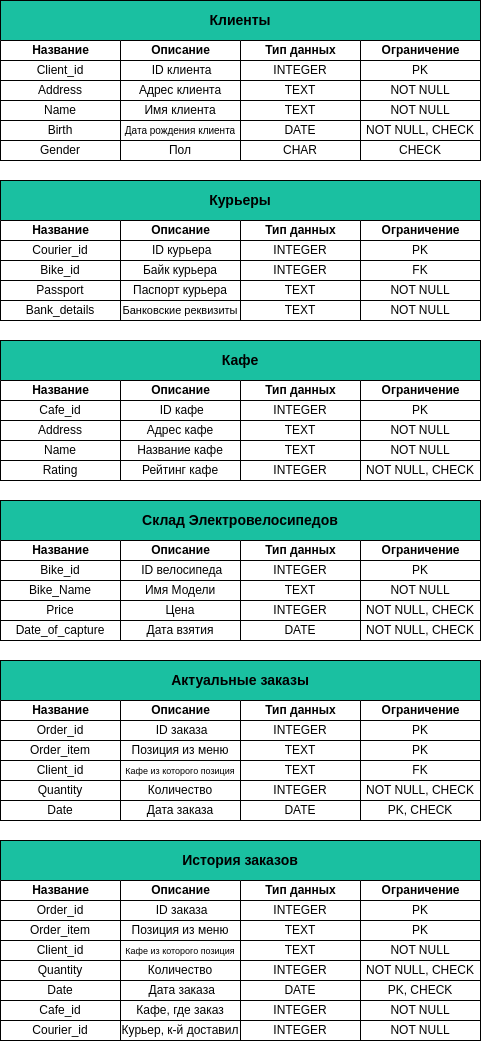
Before: Delivery_DB_Project/docs/Physic_Model.png, a diagram exported from draw.io (fl4cko11/Data_Bases_MIPT). Source tidied: cells renumbered, new cells last; positions are measured from the earlier drawing's top-left corner, leaving out a move shared by most shapes.
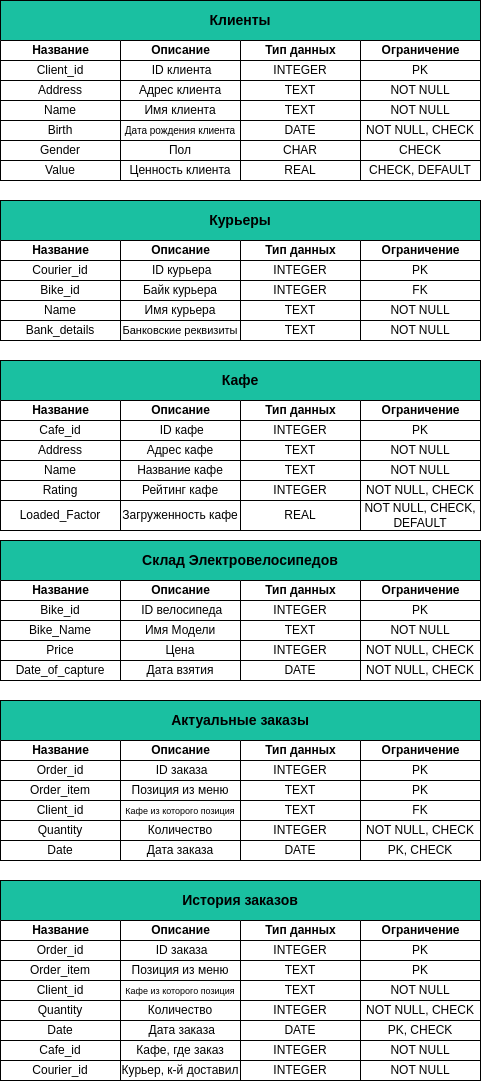
Above is the later version.

Commit message:
correct phys model

What changed in the source:
```diff
@@ -3,7 +3,7 @@
     <mxCell id="0" />
     <mxCell id="1" parent="0" />
     <mxCell id="2" value="Ограничение" style="swimlane;startSize=20;html=1;" parent="1" vertex="1">
-      <mxGeometry x="360" y="40" width="120" height="120" as="geometry" />
+      <mxGeometry x="360" width="120" height="120" as="geometry" />
     </mxCell>
     <mxCell id="3" value="PK" style="html=1;whiteSpace=wrap;" parent="2" vertex="1">
       <mxGeometry y="20" width="120" height="20" as="geometry" />
@@ -21,10 +21,10 @@
       <mxGeometry y="100" width="120" height="20" as="geometry" />
     </mxCell>
     <mxCell id="8" value="&lt;b&gt;&lt;font style=&quot;font-size: 14px;&quot;&gt;Клиенты&lt;/font&gt;&lt;/b&gt;" style="html=1;whiteSpace=wrap;fillColor=#1AC0A1;" parent="1" vertex="1">
-      <mxGeometry width="480" height="40" as="geometry" />
+      <mxGeometry y="-40" width="480" height="40" as="geometry" />
     </mxCell>
     <mxCell id="9" value="Описание" style="swimlane;startSize=20;html=1;" parent="1" vertex="1">
-      <mxGeometry x="120" y="40" width="120" height="120" as="geometry" />
+      <mxGeometry x="120" width="120" height="120" as="geometry" />
     </mxCell>
     <mxCell id="10" value="&amp;nbsp;ID клиента" style="html=1;whiteSpace=wrap;" parent="9" vertex="1">
       <mxGeometry y="20" width="120" height="20" as="geometry" />
@@ -42,7 +42,7 @@
       <mxGeometry y="100" width="120" height="20" as="geometry" />
     </mxCell>
     <mxCell id="15" value="Тип данных" style="swimlane;startSize=20;html=1;" parent="1" vertex="1">
-      <mxGeometry x="240" y="40" width="120" height="120" as="geometry" />
+      <mxGeometry x="240" width="120" height="120" as="geometry" />
     </mxCell>
     <mxCell id="16" value="INTEGER" style="html=1;whiteSpace=wrap;" parent="15" vertex="1">
       <mxGeometry y="20" width="120" height="20" as="geometry" />
@@ -60,7 +60,7 @@
       <mxGeometry y="100" width="120" height="20" as="geometry" />
     </mxCell>
     <mxCell id="21" value="Название" style="swimlane;startSize=20;html=1;" parent="1" vertex="1">
-      <mxGeometry y="40" width="120" height="120" as="geometry" />
+      <mxGeometry width="120" height="120" as="geometry" />
     </mxCell>
     <mxCell id="22" value="Client_id" style="html=1;whiteSpace=wrap;" parent="21" vertex="1">
       <mxGeometry y="20" width="120" height="20" as="geometry" />
@@ -78,7 +78,7 @@
       <mxGeometry y="100" width="120" height="20" as="geometry" />
     </mxCell>
     <mxCell id="27" value="Ограничение" style="swimlane;startSize=20;html=1;" parent="1" vertex="1">
-      <mxGeometry x="360" y="220" width="120" height="100" as="geometry" />
+      <mxGeometry x="360" y="200" width="120" height="100" as="geometry" />
     </mxCell>
     <mxCell id="28" value="PK" style="html=1;whiteSpace=wrap;" parent="27" vertex="1">
       <mxGeometry y="20" width="120" height="20" as="geometry" />
@@ -93,10 +93,10 @@
       <mxGeometry y="80" width="120" height="20" as="geometry" />
     </mxCell>
     <mxCell id="32" value="&lt;span style=&quot;font-size: 14px;&quot;&gt;&lt;b&gt;Курьеры&lt;/b&gt;&lt;/span&gt;" style="html=1;whiteSpace=wrap;fillColor=#1AC0A1;" parent="1" vertex="1">
-      <mxGeometry y="180" width="480" height="40" as="geometry" />
+      <mxGeometry y="160" width="480" height="40" as="geometry" />
     </mxCell>
     <mxCell id="33" value="Описание" style="swimlane;startSize=20;html=1;" parent="1" vertex="1">
-      <mxGeometry x="120" y="220" width="120" height="100" as="geometry" />
+      <mxGeometry x="120" y="200" width="120" height="100" as="geometry" />
     </mxCell>
     <mxCell id="34" value="&amp;nbsp;ID курьера" style="html=1;whiteSpace=wrap;" parent="33" vertex="1">
       <mxGeometry y="20" width="120" height="20" as="geometry" />
@@ -104,14 +104,14 @@
     <mxCell id="35" value="Байк курьера" style="html=1;whiteSpace=wrap;" parent="33" vertex="1">
       <mxGeometry y="40" width="120" height="20" as="geometry" />
     </mxCell>
-    <mxCell id="36" value="Паспорт курьера" style="html=1;whiteSpace=wrap;" parent="33" vertex="1">
+    <mxCell id="36" value="Имя курьера" style="html=1;whiteSpace=wrap;" parent="33" vertex="1">
       <mxGeometry y="60" width="120" height="20" as="geometry" />
     </mxCell>
     <mxCell id="37" value="&lt;font style=&quot;font-size: 11px;&quot;&gt;Банковские реквизиты&lt;/font&gt;" style="html=1;whiteSpace=wrap;" parent="33" vertex="1">
       <mxGeometry y="80" width="120" height="20" as="geometry" />
     </mxCell>
     <mxCell id="38" value="Тип данных" style="swimlane;startSize=20;html=1;" parent="1" vertex="1">
-      <mxGeometry x="240" y="220" width="120" height="100" as="geometry" />
+      <mxGeometry x="240" y="200" width="120" height="100" as="geometry" />
     </mxCell>
     <mxCell id="39" value="INTEGER" style="html=1;whiteSpace=wrap;" parent="38" vertex="1">
       <mxGeometry y="20" width="120" height="20" as="geometry" />
@@ -126,7 +126,7 @@
       <mxGeometry y="80" width="120" height="20" as="geometry" />
     </mxCell>
     <mxCell id="43" value="Название" style="swimlane;startSize=20;html=1;" parent="1" vertex="1">
-      <mxGeometry y="220" width="120" height="100" as="geometry" />
+      <mxGeometry y="200" width="120" height="100" as="geometry" />
     </mxCell>
     <mxCell id="44" value="Courier_id" style="html=1;whiteSpace=wrap;" parent="43" vertex="1">
       <mxGeometry y="20" width="120" height="20" as="geometry" />
@@ -134,14 +134,14 @@
     <mxCell id="45" value="Bike_id" style="html=1;whiteSpace=wrap;" parent="43" vertex="1">
       <mxGeometry y="40" width="120" height="20" as="geometry" />
     </mxCell>
-    <mxCell id="46" value="Passport" style="html=1;whiteSpace=wrap;" parent="43" vertex="1">
+    <mxCell id="46" value="Name" style="html=1;whiteSpace=wrap;" parent="43" vertex="1">
       <mxGeometry y="60" width="120" height="20" as="geometry" />
     </mxCell>
     <mxCell id="47" value="Bank_details" style="html=1;whiteSpace=wrap;" parent="43" vertex="1">
       <mxGeometry y="80" width="120" height="20" as="geometry" />
     </mxCell>
     <mxCell id="48" value="Ограничение" style="swimlane;startSize=20;html=1;" parent="1" vertex="1">
-      <mxGeometry x="360" y="380" width="120" height="100" as="geometry" />
+      <mxGeometry x="360" y="360" width="120" height="100" as="geometry" />
     </mxCell>
     <mxCell id="49" value="PK" style="html=1;whiteSpace=wrap;" parent="48" vertex="1">
       <mxGeometry y="20" width="120" height="20" as="geometry" />
@@ -156,10 +156,10 @@
       <mxGeometry y="80" width="120" height="20" as="geometry" />
     </mxCell>
     <mxCell id="53" value="&lt;span style=&quot;font-size: 14px;&quot;&gt;&lt;b&gt;Кафе&lt;/b&gt;&lt;/span&gt;" style="html=1;whiteSpace=wrap;fillColor=#1AC0A1;" parent="1" vertex="1">
-      <mxGeometry y="340" width="480" height="40" as="geometry" />
+      <mxGeometry y="320" width="480" height="40" as="geometry" />
     </mxCell>
     <mxCell id="54" value="Описание" style="swimlane;startSize=20;html=1;" parent="1" vertex="1">
-      <mxGeometry x="120" y="380" width="120" height="100" as="geometry" />
+      <mxGeometry x="120" y="360" width="120" height="100" as="geometry" />
     </mxCell>
     <mxCell id="55" value="&amp;nbsp;ID кафе" style="html=1;whiteSpace=wrap;" parent="54" vertex="1">
       <mxGeometry y="20" width="120" height="20" as="geometry" />
@@ -174,7 +174,7 @@
       <mxGeometry y="80" width="120" height="20" as="geometry" />
     </mxCell>
     <mxCell id="59" value="Тип данных" style="swimlane;startSize=20;html=1;" parent="1" vertex="1">
-      <mxGeometry x="240" y="380" width="120" height="100" as="geometry" />
+      <mxGeometry x="240" y="360" width="120" height="100" as="geometry" />
     </mxCell>
     <mxCell id="60" value="INTEGER" style="html=1;whiteSpace=wrap;" parent="59" vertex="1">
       <mxGeometry y="20" width="120" height="20" as="geometry" />
@@ -189,7 +189,7 @@
       <mxGeometry y="80" width="120" height="20" as="geometry" />
     </mxCell>
     <mxCell id="64" value="Название" style="swimlane;startSize=20;html=1;" parent="1" vertex="1">
-      <mxGeometry y="380" width="120" height="100" as="geometry" />
+      <mxGeometry y="360" width="120" height="100" as="geometry" />
     </mxCell>
     <mxCell id="65" value="Cafe_id" style="html=1;whiteSpace=wrap;" parent="64" vertex="1">
       <mxGeometry y="20" width="120" height="20" as="geometry" />
@@ -440,5 +440,29 @@
     <mxCell id="147" value="NOT NULL" style="html=1;whiteSpace=wrap;" parent="1" vertex="1">
       <mxGeometry x="360" y="1020" width="120" height="20" as="geometry" />
     </mxCell>
+    <mxCell id="148" value="CHECK, DEFAULT" style="html=1;whiteSpace=wrap;" parent="1" vertex="1">
+      <mxGeometry x="360" y="120" width="120" height="20" as="geometry" />
+    </mxCell>
+    <mxCell id="149" value="Ценность клиента" style="html=1;whiteSpace=wrap;" parent="1" vertex="1">
+      <mxGeometry x="120" y="120" width="120" height="20" as="geometry" />
+    </mxCell>
+    <mxCell id="150" value="REAL" style="html=1;whiteSpace=wrap;" parent="1" vertex="1">
+      <mxGeometry x="240" y="120" width="120" height="20" as="geometry" />
+    </mxCell>
+    <mxCell id="151" value="Value" style="html=1;whiteSpace=wrap;" parent="1" vertex="1">
+      <mxGeometry y="120" width="120" height="20" as="geometry" />
+    </mxCell>
+    <mxCell id="152" value="NOT NULL, CHECK, DEFAULT" style="html=1;whiteSpace=wrap;" parent="1" vertex="1">
+      <mxGeometry x="360" y="460" width="120" height="30" as="geometry" />
+    </mxCell>
+    <mxCell id="153" value="&lt;font style=&quot;font-size: 12px;&quot;&gt;Загруженность кафе&lt;/font&gt;" style="html=1;whiteSpace=wrap;" parent="1" vertex="1">
+      <mxGeometry x="120" y="460" width="120" height="30" as="geometry" />
+    </mxCell>
+    <mxCell id="154" value="REAL" style="html=1;whiteSpace=wrap;" parent="1" vertex="1">
+      <mxGeometry x="240" y="460" width="120" height="30" as="geometry" />
+    </mxCell>
+    <mxCell id="155" value="Loaded_Factor" style="html=1;whiteSpace=wrap;" parent="1" vertex="1">
+      <mxGeometry y="460" width="120" height="30" as="geometry" />
+    </mxCell>
   </root>
 </mxGraphModel>
```
